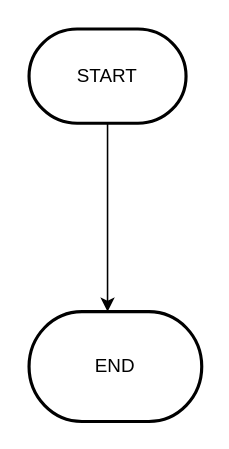
This is Untitled Diagram.drawio from Jmarcelino44/AnimatedTextGitDemo, a draw.io file, before an edit. Source tidied: cells renumbered, new cells numbered last; positions are measured from the earlier drawing's top-left corner, leaving out a move shared by most shapes. Both pictures are drawn from the tidied source at 157%, with x=0, y=0 at pixel (28, 28).
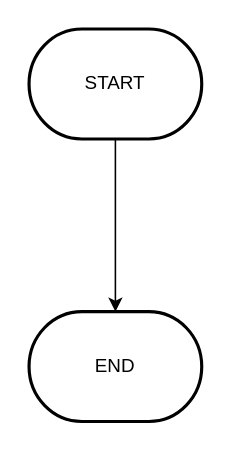
After the change.

The edit, as a diff of the source:
```diff
@@
 <mxGraphModel>
   <root>
     <mxCell id="0" />
     <mxCell id="1" parent="0" />
-    <mxCell id="2" style="edgeStyle=orthogonalEdgeStyle;rounded=0;jettySize=auto;html=1;" parent="1" edge="1" source="3">
-      <mxGeometry relative="1" as="geometry">
-        <mxPoint x="50" y="180" as="targetPoint" />
-      </mxGeometry>
-    </mxCell>
+    <mxCell id="5" style="edgeStyle=orthogonalEdgeStyle;rounded=0;jettySize=auto;html=1;exitX=0.5;exitY=1;exitDx=0;exitDy=0;exitPerimeter=0;entryX=0.5;entryY=0;entryDx=0;entryDy=0;entryPerimeter=0;" parent="1" edge="1" source="3" target="4">
+      <mxGeometry relative="1" as="geometry" />
+    </mxCell>
     <mxCell id="3" value="START" style="strokeWidth=2;html=1;shape=mxgraph.flowchart.terminator;whiteSpace=wrap;" parent="1" vertex="1">
-      <mxGeometry width="100" height="60" as="geometry" />
+      <mxGeometry width="110" height="70" as="geometry" />
     </mxCell>
     <mxCell id="4" value="END" style="strokeWidth=2;html=1;shape=mxgraph.flowchart.terminator;whiteSpace=wrap;" parent="1" vertex="1">
       <mxGeometry y="180" width="110" height="70" as="geometry" />
     </mxCell>
   </root>
 </mxGraphModel>
```
